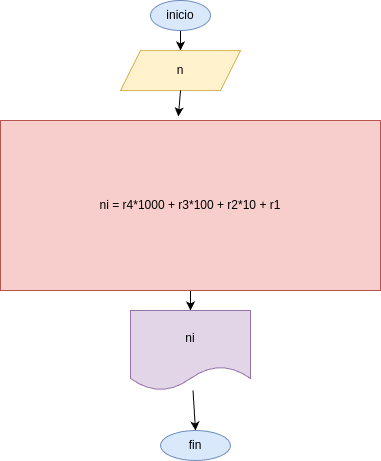
This is driagrama.png from detonanteIvde777/invertir_numero, a draw.io export, as it was before one commit. Source tidied: cells renumbered, new cells last; positions are measured from the earlier drawing's top-left corner, leaving out a move shared by most shapes.
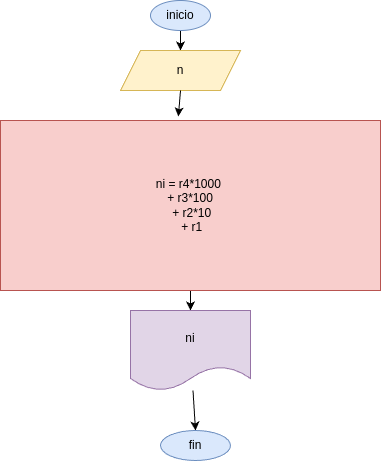
The same file after the commit.

Diff of the diagram source:
```diff
@@ -11,7 +11,7 @@
     <mxCell id="4" style="edgeStyle=none;html=1;exitX=0.5;exitY=1;exitDx=0;exitDy=0;entryX=0.5;entryY=0;entryDx=0;entryDy=0;" parent="1" edge="1" source="5" target="8">
       <mxGeometry relative="1" as="geometry" />
     </mxCell>
-    <mxCell id="5" value="ni = r4*1000 + r3*100 + r2*10 + r1" style="rounded=0;whiteSpace=wrap;html=1;fillColor=#f8cecc;strokeColor=#b85450;" parent="1" vertex="1">
+    <mxCell id="5" value="ni = r4*1000&amp;nbsp;&lt;div&gt;+ r3*100&lt;/div&gt;&lt;div&gt;&amp;nbsp;+ r2*10&lt;/div&gt;&lt;div&gt;&amp;nbsp;+ r1&lt;/div&gt;" style="rounded=0;whiteSpace=wrap;html=1;fillColor=#f8cecc;strokeColor=#b85450;" parent="1" vertex="1">
       <mxGeometry y="120" width="380" height="170" as="geometry" />
     </mxCell>
     <mxCell id="6" value="n" style="shape=parallelogram;perimeter=parallelogramPerimeter;whiteSpace=wrap;html=1;fixedSize=1;fillColor=#fff2cc;strokeColor=#d6b656;" parent="1" vertex="1">
```
